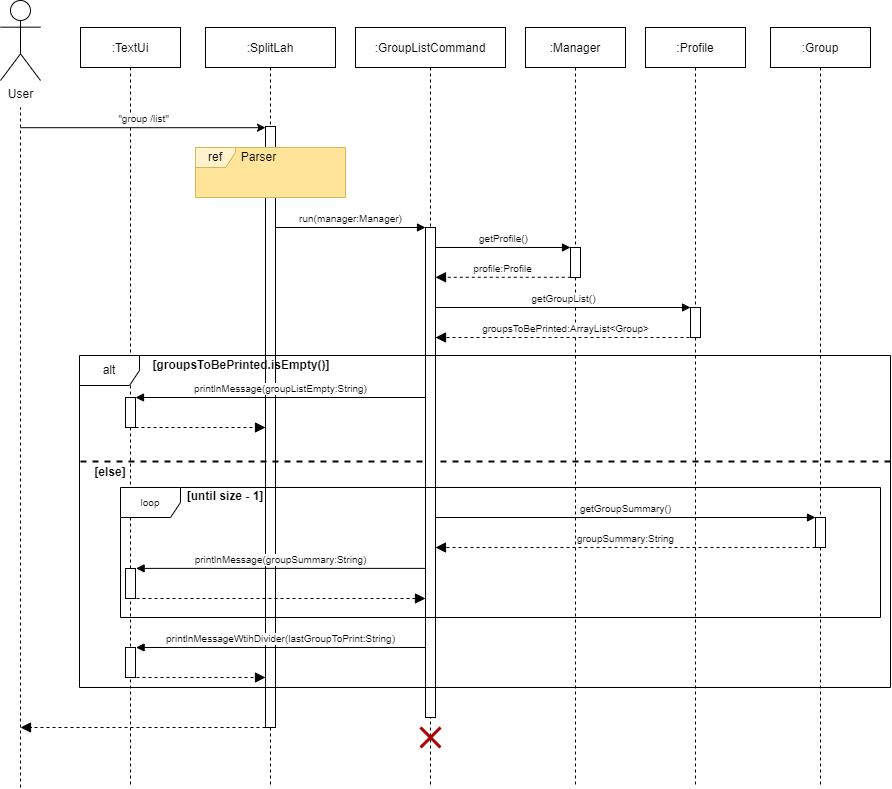
The draw.io diagram docs/images/developerguide/GroupListCommand.drawio.png in nus-cs2113-AY2122S2/tp, before a commit. Source tidied: cells renumbered, new cells last; positions are measured from the earlier drawing's top-left corner, leaving out a move shared by most shapes.
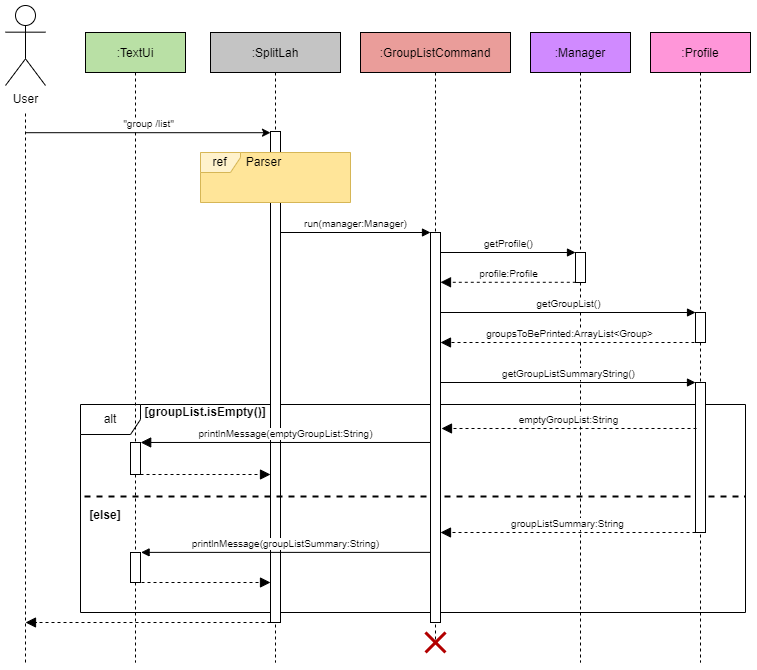
After the change.

Commit message:
Update GroupListCommand sequence diagram

Change to the diagram source:
```diff
@@ -2,35 +2,29 @@
   <root>
     <mxCell id="0" />
     <mxCell id="1" parent="0" />
+    <mxCell id="44" value="alt" style="shape=umlFrame;whiteSpace=wrap;html=1;" parent="1" vertex="1">
+      <mxGeometry x="75" y="399" width="665" height="208" as="geometry" />
+    </mxCell>
-    <mxCell id="2" value=":TextUi" style="shape=umlLifeline;perimeter=lifelinePerimeter;rounded=0;shadow=0;strokeWidth=1;" parent="1" vertex="1">
-      <mxGeometry x="80" y="27" width="100" height="760" as="geometry" />
+    <mxCell id="2" value=":TextUi" style="shape=umlLifeline;perimeter=lifelinePerimeter;rounded=0;shadow=0;strokeWidth=1;fillColor=#B9E0A5;" parent="1" vertex="1">
+      <mxGeometry x="80" y="27" width="100" height="630" as="geometry" />
     </mxCell>
     <mxCell id="3" style="html=1;points=[];perimeter=orthogonalPerimeter;rounded=0;" parent="2" vertex="1">
-      <mxGeometry x="45" y="370" width="10" height="30" as="geometry" />
+      <mxGeometry x="45" y="410" width="10" height="32" as="geometry" />
     </mxCell>
     <mxCell id="4" style="html=1;perimeter=orthogonalPerimeter;rounded=0;" parent="2" vertex="1">
-      <mxGeometry x="45" y="541" width="10" height="30" as="geometry" />
+      <mxGeometry x="45" y="520" width="10" height="30" as="geometry" />
     </mxCell>
-    <mxCell id="5" style="html=1;verticalAlign=bottom;endArrow=block;dashed=1;endSize=8;rounded=0;fontSize=10;endFill=1;" parent="2" edge="1">
-      <mxGeometry relative="1" as="geometry">
-        <mxPoint x="185" y="700" as="sourcePoint" />
-        <mxPoint x="-60" y="700" as="targetPoint" />
-      </mxGeometry>
-    </mxCell>
-    <mxCell id="6" style="html=1;perimeter=orthogonalPerimeter;rounded=0;" parent="2" vertex="1">
-      <mxGeometry x="45" y="620" width="10" height="30" as="geometry" />
-    </mxCell>
     <mxCell id="7" value="User" style="shape=umlActor;verticalLabelPosition=bottom;verticalAlign=top;html=1;rounded=0;" parent="1" vertex="1">
       <mxGeometry width="40" height="80" as="geometry" />
     </mxCell>
     <mxCell id="8" style="endArrow=none;dashed=1;html=1;rounded=0;" parent="1" edge="1">
       <mxGeometry relative="1" as="geometry">
-        <mxPoint x="20" y="787" as="sourcePoint" />
+        <mxPoint x="20" y="657" as="sourcePoint" />
         <mxPoint x="20" y="107" as="targetPoint" />
       </mxGeometry>
     </mxCell>
-    <mxCell id="9" value=":Manager" style="shape=umlLifeline;perimeter=lifelinePerimeter;rounded=0;shadow=0;strokeWidth=1;" parent="1" vertex="1">
-      <mxGeometry x="525" y="27" width="100" height="760" as="geometry" />
+    <mxCell id="9" value=":Manager" style="shape=umlLifeline;perimeter=lifelinePerimeter;rounded=0;shadow=0;strokeWidth=1;fillColor=#D08AFF;" parent="1" vertex="1">
+      <mxGeometry x="525" y="27" width="100" height="630" as="geometry" />
     </mxCell>
     <mxCell id="10" style="html=1;points=[];perimeter=orthogonalPerimeter;rounded=0;" parent="9" vertex="1">
       <mxGeometry x="45" y="220" width="10" height="30" as="geometry" />
@@ -45,16 +39,16 @@
         <mxPoint x="-90" y="280" as="sourcePoint" />
       </mxGeometry>
     </mxCell>
-    <mxCell id="13" value=":Profile" style="shape=umlLifeline;perimeter=lifelinePerimeter;rounded=0;shadow=0;strokeWidth=1;" parent="1" vertex="1">
-      <mxGeometry x="645" y="27" width="100" height="760" as="geometry" />
+    <mxCell id="13" value=":Profile" style="shape=umlLifeline;perimeter=lifelinePerimeter;rounded=0;shadow=0;strokeWidth=1;fillColor=#FF96D9;" parent="1" vertex="1">
+      <mxGeometry x="645" y="27" width="100" height="630" as="geometry" />
     </mxCell>
-    <mxCell id="14" value=":SplitLah" style="shape=umlLifeline;perimeter=lifelinePerimeter;rounded=0;shadow=0;strokeWidth=1;" parent="1" vertex="1">
-      <mxGeometry x="205" y="27" width="130" height="760" as="geometry" />
+    <mxCell id="14" value=":SplitLah" style="shape=umlLifeline;perimeter=lifelinePerimeter;rounded=0;shadow=0;strokeWidth=1;fillColor=#C4C4C4;" parent="1" vertex="1">
+      <mxGeometry x="205" y="27" width="130" height="630" as="geometry" />
     </mxCell>
     <mxCell id="15" style="html=1;points=[];perimeter=orthogonalPerimeter;rounded=0;" parent="14" vertex="1">
-      <mxGeometry x="60" y="99" width="10" height="601" as="geometry" />
+      <mxGeometry x="60" y="99" width="10" height="491" as="geometry" />
     </mxCell>
-    <mxCell id="16" style="group;" parent="14" vertex="1">
+    <mxCell id="16" style="group;fillColor=#FFF2CC;" parent="14" vertex="1">
       <mxGeometry x="-10" y="120" width="150" height="50" as="geometry" />
     </mxCell>
     <mxCell id="17" style="html=1;strokeColor=none;fillColor=#FFE599;" parent="16" vertex="1">
@@ -69,25 +63,22 @@
     <mxCell id="20" value="Parser" style="text;html=1;align=center;verticalAlign=middle;strokeColor=none;fillColor=none;" parent="18" vertex="1">
       <mxGeometry x="38" width="50" height="20" as="geometry" />
     </mxCell>
-    <mxCell id="21" value="&lt;b&gt;[until size - 1]&lt;/b&gt;" style="text;html=1;strokeColor=none;fillColor=none;align=center;verticalAlign=middle;whiteSpace=wrap;rounded=0;" parent="14" vertex="1">
-      <mxGeometry x="-45" y="454" width="130" height="30" as="geometry" />
-    </mxCell>
     <mxCell id="22" value="&quot;group /list&quot;" style="html=1;verticalAlign=bottom;endArrow=classic;rounded=0;endFill=1;fontSize=10;" parent="1" edge="1" target="15">
       <mxGeometry relative="1" as="geometry">
         <mxPoint x="20" y="127.2" as="sourcePoint" />
       </mxGeometry>
     </mxCell>
     <mxCell id="23" style="line;strokeWidth=2;fillColor=none;align=left;verticalAlign=middle;spacingTop=-1;spacingLeft=3;spacingRight=3;labelPosition=right;fontSize=10;dashed=1;rounded=0;" parent="1" vertex="1">
-      <mxGeometry x="80" y="457" width="810" height="8" as="geometry" />
+      <mxGeometry x="79" y="487" width="661" height="8" as="geometry" />
     </mxCell>
     <mxCell id="24" style="html=1;points=[];perimeter=orthogonalPerimeter;rounded=0;" parent="1" vertex="1">
       <mxGeometry x="690" y="307" width="10" height="30" as="geometry" />
     </mxCell>
-    <mxCell id="25" value=":GroupListCommand" style="shape=umlLifeline;perimeter=lifelinePerimeter;rounded=0;shadow=0;strokeWidth=1;" parent="1" vertex="1">
-      <mxGeometry x="355" y="27" width="150" height="760" as="geometry" />
+    <mxCell id="25" value=":GroupListCommand" style="shape=umlLifeline;perimeter=lifelinePerimeter;rounded=0;shadow=0;strokeWidth=1;fillColor=#EA9D9A;" parent="1" vertex="1">
+      <mxGeometry x="355" y="27" width="150" height="610" as="geometry" />
     </mxCell>
     <mxCell id="26" style="html=1;points=[];perimeter=orthogonalPerimeter;" parent="25" vertex="1">
-      <mxGeometry x="70" y="200" width="10" height="490" as="geometry" />
+      <mxGeometry x="70" y="200" width="10" height="390" as="geometry" />
     </mxCell>
     <mxCell id="27" value="run(manager:Manager)" style="html=1;verticalAlign=bottom;endArrow=block;rounded=0;fontSize=10;" parent="25" edge="1">
       <mxGeometry relative="1" as="geometry">
@@ -95,78 +86,69 @@
         <mxPoint x="70" y="200" as="targetPoint" />
       </mxGeometry>
     </mxCell>
-    <mxCell id="28" value="printlnMessageWtihDivider(lastGroupToPrint:String)" style="html=1;verticalAlign=bottom;endArrow=block;rounded=0;fontSize=10;entryX=1.06;entryY=-0.004;entryDx=0;entryDy=0;entryPerimeter=0;" parent="25" edge="1">
-      <mxGeometry relative="1" as="geometry">
-        <mxPoint x="70" y="620" as="sourcePoint" />
-        <mxPoint x="-219.4" y="620" as="targetPoint" />
-      </mxGeometry>
-    </mxCell>
+    <mxCell id="42" style="shape=umlDestroy;whiteSpace=wrap;html=1;strokeWidth=3;rounded=0;fillColor=#e51400;strokeColor=#B20000;fontColor=#ffffff;" parent="25" vertex="1">
+      <mxGeometry x="65" y="600" width="20" height="20" as="geometry" />
+    </mxCell>
     <mxCell id="29" value="profile:Profile" style="html=1;verticalAlign=bottom;endArrow=block;dashed=1;endSize=8;rounded=0;fontSize=10;exitX=0.028;exitY=0.993;exitDx=0;exitDy=0;exitPerimeter=0;endFill=1;" parent="1" edge="1" source="10" target="26">
       <mxGeometry relative="1" as="geometry" />
     </mxCell>
     <mxCell id="30" value="groupsToBePrinted:ArrayList&amp;lt;Group&amp;gt;" style="html=1;verticalAlign=bottom;endArrow=block;dashed=1;endSize=8;rounded=0;fontSize=10;endFill=1;exitX=0.5;exitY=1;exitDx=0;exitDy=0;exitPerimeter=0;" parent="1" edge="1" source="24" target="26">
       <mxGeometry relative="1" as="geometry" />
     </mxCell>
-    <mxCell id="31" value="&lt;b&gt;[groupsToBePrinted.isEmpty()]&lt;/b&gt;" style="text;html=1;strokeColor=none;fillColor=none;align=center;verticalAlign=middle;whiteSpace=wrap;rounded=0;" parent="1" vertex="1">
-      <mxGeometry x="211" y="350" width="60" height="30" as="geometry" />
+    <mxCell id="31" value="&lt;b&gt;[groupList.isEmpty()]&lt;/b&gt;" style="text;html=1;strokeColor=none;fillColor=none;align=center;verticalAlign=middle;whiteSpace=wrap;rounded=0;" parent="1" vertex="1">
+      <mxGeometry x="170" y="392" width="60" height="30" as="geometry" />
     </mxCell>
-    <mxCell id="32" value="printlnMessage(groupListEmpty:String)" style="html=1;verticalAlign=bottom;endArrow=block;rounded=0;fontSize=10;" parent="1" edge="1">
-      <mxGeometry relative="1" as="geometry">
-        <mxPoint x="425" y="397" as="sourcePoint" />
-        <mxPoint x="135" y="397" as="targetPoint" />
-      </mxGeometry>
-    </mxCell>
-    <mxCell id="33" value="printlnMessage(groupSummary:String)" style="html=1;verticalAlign=bottom;endArrow=block;rounded=0;fontSize=10;entryX=1.06;entryY=-0.004;entryDx=0;entryDy=0;entryPerimeter=0;" parent="1" edge="1">
+    <mxCell id="33" value="printlnMessage(groupListSummary:String)" style="html=1;verticalAlign=bottom;endArrow=block;rounded=0;fontSize=10;entryX=1.06;entryY=-0.004;entryDx=0;entryDy=0;entryPerimeter=0;" parent="1" edge="1">
       <mxGeometry relative="1" as="geometry">
-        <mxPoint x="425" y="567.9" as="sourcePoint" />
-        <mxPoint x="135.6" y="567.9" as="targetPoint" />
+        <mxPoint x="425" y="546.9" as="sourcePoint" />
+        <mxPoint x="135.6" y="546.9" as="targetPoint" />
       </mxGeometry>
     </mxCell>
-    <mxCell id="34" style="html=1;verticalAlign=bottom;endArrow=block;dashed=1;endSize=8;rounded=0;fontSize=10;endFill=1;" parent="1" edge="1" source="3" target="15">
+    <mxCell id="34" style="html=1;verticalAlign=bottom;endArrow=block;dashed=1;endSize=8;rounded=0;fontSize=10;endFill=1;" parent="1" edge="1" source="3">
       <mxGeometry relative="1" as="geometry">
+        <mxPoint x="265" y="469" as="targetPoint" />
         <Array as="points">
-          <mxPoint x="230" y="427" />
+          <mxPoint x="230" y="469" />
         </Array>
       </mxGeometry>
     </mxCell>
     <mxCell id="35" style="html=1;verticalAlign=bottom;endArrow=block;dashed=1;endSize=8;rounded=0;fontSize=10;endFill=1;" parent="1" edge="1">
       <mxGeometry relative="1" as="geometry">
-        <mxPoint x="130" y="598" as="sourcePoint" />
-        <mxPoint x="425" y="598" as="targetPoint" />
+        <mxPoint x="130" y="577" as="sourcePoint" />
+        <mxPoint x="265" y="577" as="targetPoint" />
       </mxGeometry>
     </mxCell>
     <mxCell id="36" value="&lt;b&gt;[else]&lt;/b&gt;" style="text;html=1;strokeColor=none;fillColor=none;align=center;verticalAlign=middle;whiteSpace=wrap;rounded=0;" parent="1" vertex="1">
-      <mxGeometry x="80" y="457" width="60" height="30" as="geometry" />
+      <mxGeometry x="70" y="495" width="60" height="30" as="geometry" />
     </mxCell>
-    <mxCell id="37" value=":Group" style="shape=umlLifeline;perimeter=lifelinePerimeter;rounded=0;shadow=0;strokeWidth=1;" parent="1" vertex="1">
-      <mxGeometry x="770" y="27" width="100" height="760" as="geometry" />
-    </mxCell>
-    <mxCell id="38" style="html=1;points=[];perimeter=orthogonalPerimeter;rounded=0;" parent="1" vertex="1">
-      <mxGeometry x="815" y="517" width="10" height="30" as="geometry" />
-    </mxCell>
-    <mxCell id="39" value="getGroupSummary()" style="html=1;verticalAlign=bottom;endArrow=block;rounded=0;fontSize=10;exitX=1;exitY=0.102;exitDx=0;exitDy=0;exitPerimeter=0;" parent="1" edge="1" target="38">
-      <mxGeometry relative="1" as="geometry">
-        <mxPoint x="435" y="517" as="sourcePoint" />
-      </mxGeometry>
-    </mxCell>
-    <mxCell id="40" value="groupSummary:String" style="html=1;verticalAlign=bottom;endArrow=block;dashed=1;endSize=8;rounded=0;fontSize=10;endFill=1;exitX=0.5;exitY=1;exitDx=0;exitDy=0;exitPerimeter=0;" parent="1" edge="1" target="26">
+    <mxCell id="40" value="groupListSummary:String" style="html=1;verticalAlign=bottom;endArrow=block;dashed=1;endSize=8;rounded=0;fontSize=10;endFill=1;" parent="1" edge="1">
       <mxGeometry relative="1" as="geometry">
-        <mxPoint x="815" y="547" as="sourcePoint" />
+        <mxPoint x="690" y="527" as="sourcePoint" />
+        <mxPoint x="435" y="527" as="targetPoint" />
       </mxGeometry>
     </mxCell>
-    <mxCell id="41" style="html=1;verticalAlign=bottom;endArrow=block;dashed=1;endSize=8;rounded=0;fontSize=10;endFill=1;" parent="1" edge="1" target="15">
-      <mxGeometry relative="1" as="geometry">
-        <mxPoint x="130" y="677" as="sourcePoint" />
-      </mxGeometry>
-    </mxCell>
-    <mxCell id="42" style="shape=umlDestroy;whiteSpace=wrap;html=1;strokeWidth=3;rounded=0;fillColor=#e51400;strokeColor=#B20000;fontColor=#ffffff;" parent="1" vertex="1">
-      <mxGeometry x="420" y="727" width="20" height="20" as="geometry" />
-    </mxCell>
-    <mxCell id="43" value="loop" style="shape=umlFrame;whiteSpace=wrap;html=1;fontSize=10;" parent="1" vertex="1">
-      <mxGeometry x="120" y="487" width="760" height="130" as="geometry" />
-    </mxCell>
-    <mxCell id="44" value="alt" style="shape=umlFrame;whiteSpace=wrap;html=1;" parent="1" vertex="1">
-      <mxGeometry x="79" y="355" width="811" height="332" as="geometry" />
-    </mxCell>
+    <mxCell id="45" style="html=1;points=[];perimeter=orthogonalPerimeter;rounded=0;" parent="1" vertex="1">
+      <mxGeometry x="690" y="377" width="10" height="150" as="geometry" />
+    </mxCell>
+    <mxCell id="46" value="getGroupListSummaryString()" style="html=1;verticalAlign=bottom;endArrow=block;rounded=0;fontSize=10;exitX=1;exitY=0.102;exitDx=0;exitDy=0;exitPerimeter=0;" parent="1" edge="1" target="45">
+      <mxGeometry relative="1" as="geometry">
+        <mxPoint x="435" y="377" as="sourcePoint" />
+      </mxGeometry>
+    </mxCell>
+    <mxCell id="47" value="printlnMessage(emptyGroupList:String)" style="html=1;verticalAlign=bottom;endArrow=block;endSize=8;rounded=0;fontSize=10;endFill=1;entryX=1.018;entryY=-0.001;entryDx=0;entryDy=0;entryPerimeter=0;" parent="1" edge="1" source="26" target="3">
+      <mxGeometry relative="1" as="geometry" />
+    </mxCell>
+    <mxCell id="48" value="emptyGroupList:String" style="html=1;verticalAlign=bottom;endArrow=block;dashed=1;endSize=8;rounded=0;fontSize=10;endFill=1;" parent="1" edge="1">
+      <mxGeometry relative="1" as="geometry">
+        <mxPoint x="691" y="423" as="sourcePoint" />
+        <mxPoint x="436" y="423" as="targetPoint" />
+      </mxGeometry>
+    </mxCell>
+    <mxCell id="5" style="html=1;verticalAlign=bottom;endArrow=block;dashed=1;endSize=8;rounded=0;fontSize=10;endFill=1;" parent="1" edge="1">
+      <mxGeometry relative="1" as="geometry">
+        <mxPoint x="265" y="617" as="sourcePoint" />
+        <mxPoint x="20" y="617" as="targetPoint" />
+      </mxGeometry>
+    </mxCell>
   </root>
 </mxGraphModel>
```
